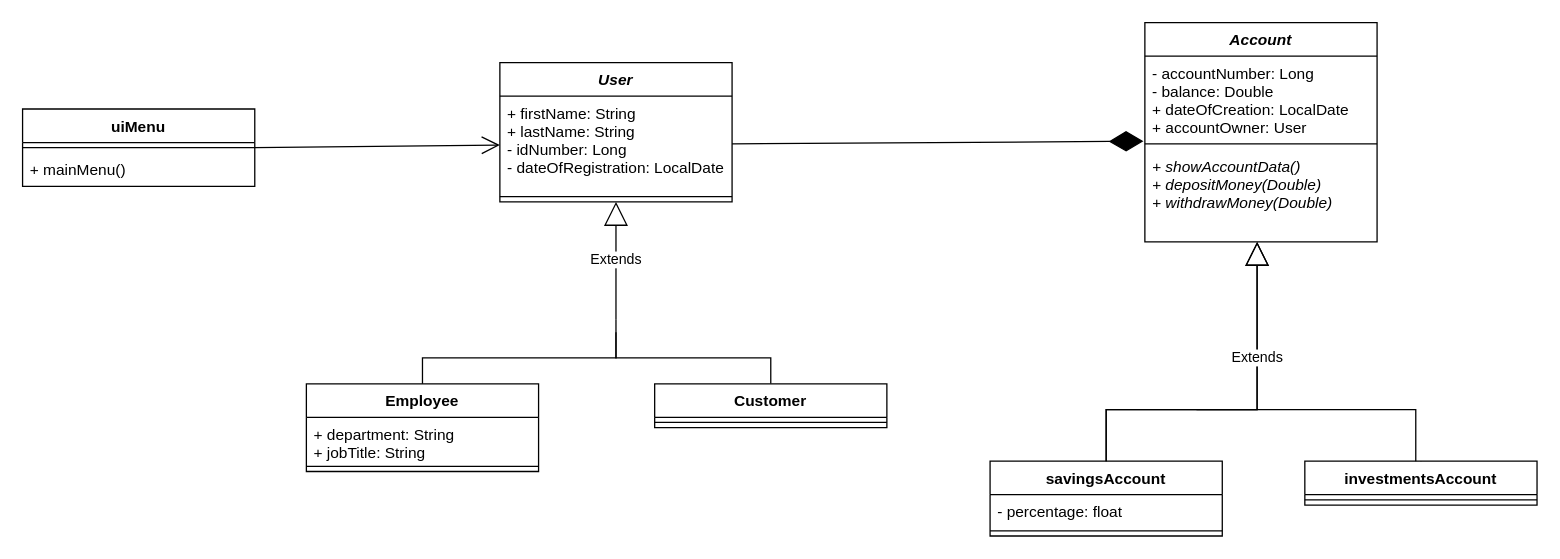
Santiagolp23/Bank_Operations keeps this draw.io diagram as Class Diagram.drawio. Above is the earlier version. Source tidied: cells renumbered, new cells numbered last; positions are measured from the earlier drawing's top-left corner, leaving out a move shared by most shapes. Both pictures are drawn from the tidied source at 129%, with x=0, y=0 at pixel (22, 22).
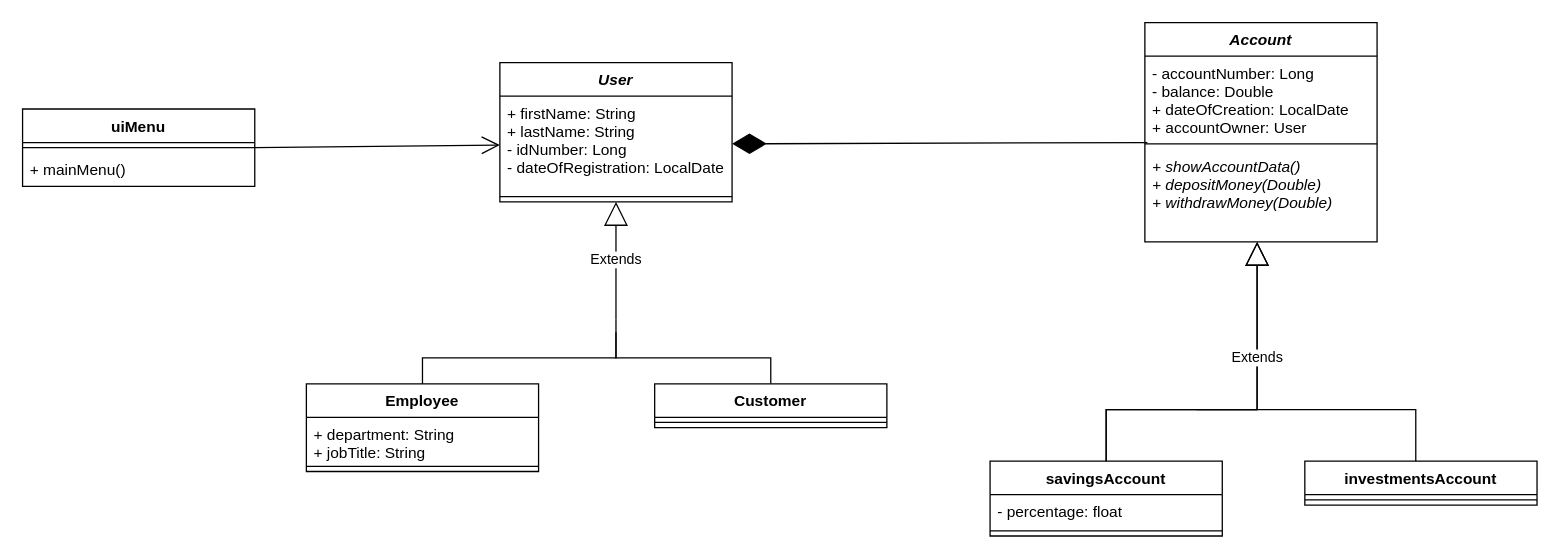
Above is the later version.

Commit message (it also covers changes not shown here):
fixed diagram composition arrow

The change refers to these unchanged cells:
```xml
<mxCell id="3" value="+ firstName: String&#10;+ lastName: String&#10;- idNumber: Long&#10;- dateOfRegistration: LocalDate" style="text;strokeColor=none;fillColor=none;align=left;verticalAlign=top;spacingLeft=4;spacingRight=4;overflow=hidden;points=[[0,0.5],[1,0.5]];portConstraint=eastwest;" parent="2" vertex="1">
  <mxGeometry y="26" width="180" height="74" as="geometry" />
</mxCell>
<mxCell id="6" value="- accountNumber: Long&#10;- balance: Double&#10;+ dateOfCreation: LocalDate&#10;+ accountOwner: User" style="text;strokeColor=none;fillColor=none;align=left;verticalAlign=top;spacingLeft=4;spacingRight=4;overflow=hidden;points=[[0,0.5],[1,0.5]];portConstraint=eastwest;" parent="5" vertex="1">
  <mxGeometry y="26" width="180" height="64" as="geometry" />
</mxCell>
```

Diff of the diagram source:
```diff
@@
-    <mxCell id="19" style="endArrow=diamondThin;endFill=1;endSize=24;html=1;rounded=0;entryX=-0.006;entryY=1.031;entryDx=0;entryDy=0;entryPerimeter=0;exitX=1;exitY=0.5;exitDx=0;exitDy=0;" parent="1" edge="1" source="3" target="6">
+    <mxCell id="19" style="endArrow=diamondThin;endFill=1;endSize=24;html=1;rounded=0;exitX=0.011;exitY=1.047;exitDx=0;exitDy=0;entryX=1;entryY=0.5;entryDx=0;entryDy=0;exitPerimeter=0;" parent="1" edge="1" source="6" target="3">
       <mxGeometry relative="1" as="geometry" />
     </mxCell>
```
